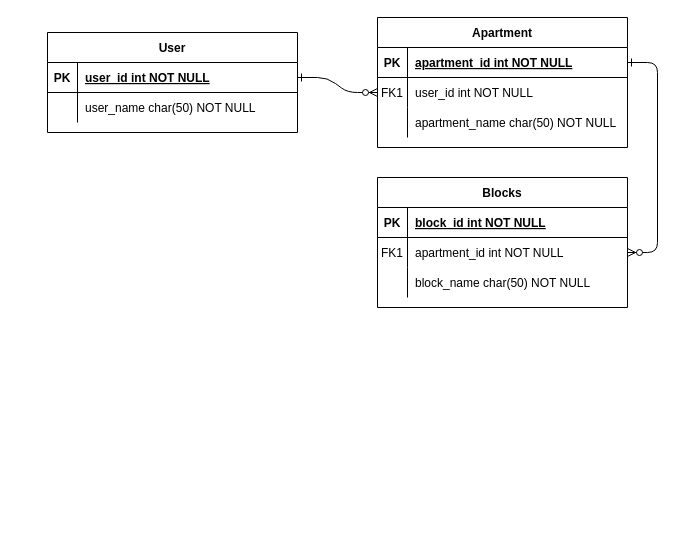
This is Untitled Diagram.drawio from MwambiaBrian/blogs, a draw.io file, before an edit. Source tidied: cells renumbered, new cells numbered last; positions are measured from the earlier drawing's top-left corner, leaving out a move shared by most shapes. Both pictures are drawn from the tidied source at 100%, with x=0, y=0 at pixel (47, 17).
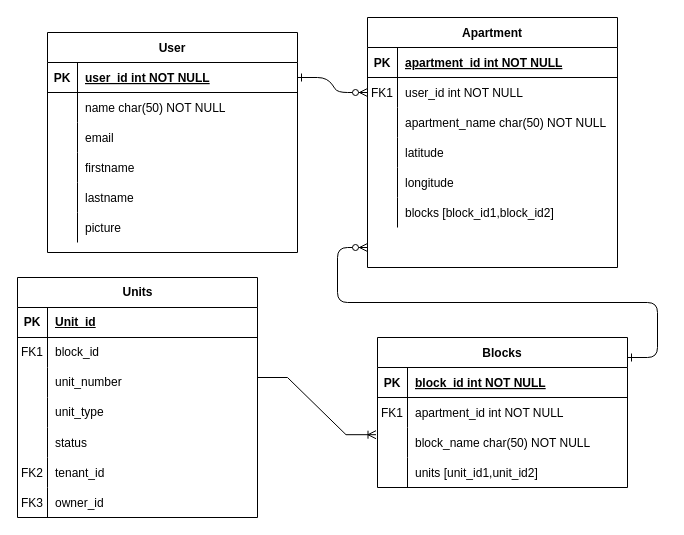
The same diagram, later.

The change refers to these unchanged cells:
```xml
<mxCell id="5" style="shape=partialRectangle;fillColor=none;points=[[0,0.5],[1,0.5]];portConstraint=eastwest;top=0;left=0;right=0;bottom=1;" parent="4" vertex="1">
  <mxGeometry y="30" width="250" height="30" as="geometry" />
</mxCell>
<mxCell id="18" style="shape=partialRectangle;fillColor=none;points=[[0,0.5],[1,0.5]];portConstraint=eastwest;top=0;left=0;right=0;bottom=0;" parent="14" vertex="1">
  <mxGeometry y="60" width="250" height="30" as="geometry" />
</mxCell>
<mxCell id="21" style="shape=partialRectangle;fillColor=none;points=[[0,0.5],[1,0.5]];portConstraint=eastwest;top=0;left=0;right=0;bottom=0;" parent="14" vertex="1">
  <mxGeometry y="90" width="250" height="30" as="geometry" />
</mxCell>
<mxCell id="28" style="shape=partialRectangle;fillColor=none;top=0;left=0;right=0;bottom=0;" parent="24" vertex="1">
  <mxGeometry y="60" width="250" height="30" as="geometry" />
</mxCell>
```

Diff of the diagram source:
```diff
@@
-    <mxCell id="3" style="edgeStyle=entityRelationEdgeStyle;endArrow=ERzeroToMany;startArrow=ERone;endFill=1;startFill=0;" parent="1" edge="1" source="5" target="18">
-      <mxGeometry relative="1" as="geometry" />
-    </mxCell>
     <mxCell id="4" value="Apartment" style="shape=table;startSize=30;childLayout=tableLayout;rowLines=0;fontStyle=1;align=center;" parent="1" vertex="1">
-      <mxGeometry x="330" width="250" height="130" as="geometry" />
+      <mxGeometry x="320" width="250" height="250" as="geometry" />
     </mxCell>
@@
+    <mxCell id="31" style="shape=tableRow;horizontal=0;startSize=0;swimlaneHead=0;swimlaneBody=0;fillColor=none;top=0;left=0;right=0;bottom=0;" parent="4" vertex="1">
+      <mxGeometry y="120" width="250" height="30" as="geometry" />
+    </mxCell>
+    <mxCell id="32" style="shape=partialRectangle;fillColor=none;top=0;left=0;bottom=0;right=0;overflow=hidden;" parent="31" vertex="1">
+      <mxGeometry width="30" height="30" as="geometry" />
+    </mxCell>
+    <mxCell id="33" value="latitude" style="shape=partialRectangle;fillColor=none;top=0;left=0;bottom=0;right=0;align=left;spacingLeft=6;overflow=hidden;" parent="31" vertex="1">
+      <mxGeometry x="30" width="220" height="30" as="geometry" />
+    </mxCell>
+    <mxCell id="34" style="shape=tableRow;horizontal=0;startSize=0;swimlaneHead=0;swimlaneBody=0;fillColor=none;top=0;left=0;right=0;bottom=0;" parent="4" vertex="1">
+      <mxGeometry y="150" width="250" height="30" as="geometry" />
+    </mxCell>
+    <mxCell id="35" style="shape=partialRectangle;fillColor=none;top=0;left=0;bottom=0;right=0;overflow=hidden;" parent="34" vertex="1">
+      <mxGeometry width="30" height="30" as="geometry" />
+    </mxCell>
+    <mxCell id="36" value="longitude" style="shape=partialRectangle;fillColor=none;top=0;left=0;bottom=0;right=0;align=left;spacingLeft=6;overflow=hidden;" parent="34" vertex="1">
+      <mxGeometry x="30" width="220" height="30" as="geometry" />
+    </mxCell>
+    <mxCell id="37" style="shape=tableRow;horizontal=0;startSize=0;swimlaneHead=0;swimlaneBody=0;fillColor=none;top=0;left=0;right=0;bottom=0;" parent="4" vertex="1">
+      <mxGeometry y="180" width="250" height="30" as="geometry" />
+    </mxCell>
+    <mxCell id="38" style="shape=partialRectangle;fillColor=none;top=0;left=0;bottom=0;right=0;overflow=hidden;" parent="37" vertex="1">
+      <mxGeometry width="30" height="30" as="geometry" />
+    </mxCell>
+    <mxCell id="39" value="blocks [block_id1,block_id2]" style="shape=partialRectangle;fillColor=none;top=0;left=0;bottom=0;right=0;align=left;spacingLeft=6;overflow=hidden;" parent="37" vertex="1">
+      <mxGeometry x="30" width="220" height="30" as="geometry" />
+    </mxCell>
     <mxCell id="14" value="Blocks" style="shape=table;startSize=30;childLayout=tableLayout;rowLines=0;fontStyle=1;align=center;" parent="1" vertex="1">
-      <mxGeometry x="330" y="160" width="250" height="130" as="geometry" />
+      <mxGeometry x="330" y="320" width="250" height="150" as="geometry" />
     </mxCell>
@@
+    <mxCell id="40" style="shape=tableRow;horizontal=0;startSize=0;swimlaneHead=0;swimlaneBody=0;fillColor=none;top=0;left=0;right=0;bottom=0;" parent="14" vertex="1">
+      <mxGeometry y="120" width="250" height="30" as="geometry" />
+    </mxCell>
+    <mxCell id="41" style="shape=partialRectangle;fillColor=none;top=0;left=0;bottom=0;right=0;overflow=hidden;" parent="40" vertex="1">
+      <mxGeometry width="30" height="30" as="geometry" />
+    </mxCell>
+    <mxCell id="42" value="units [unit_id1,unit_id2]" style="shape=partialRectangle;fillColor=none;top=0;left=0;bottom=0;right=0;align=left;spacingLeft=6;overflow=hidden;" parent="40" vertex="1">
+      <mxGeometry x="30" width="220" height="30" as="geometry" />
+    </mxCell>
     <mxCell id="24" value="User" style="shape=table;startSize=30;childLayout=tableLayout;rowLines=0;fontStyle=1;align=center;" parent="1" vertex="1">
-      <mxGeometry y="15" width="250" height="100" as="geometry" />
+      <mxGeometry y="15" width="250" height="220" as="geometry" />
     </mxCell>
@@
-    <mxCell id="30" value="user_name char(50) NOT NULL" style="shape=partialRectangle;overflow=hidden;fillColor=none;top=0;left=0;bottom=0;right=0;align=left;spacingLeft=6;" parent="28" vertex="1">
+    <mxCell id="30" value="name char(50) NOT NULL" style="shape=partialRectangle;overflow=hidden;fillColor=none;top=0;left=0;bottom=0;right=0;align=left;spacingLeft=6;" parent="28" vertex="1">
       <mxGeometry x="30" width="220" height="30" as="geometry" />
     </mxCell>
+    <mxCell id="43" style="shape=tableRow;horizontal=0;startSize=0;swimlaneHead=0;swimlaneBody=0;fillColor=none;top=0;left=0;right=0;bottom=0;" parent="24" vertex="1">
+      <mxGeometry y="90" width="250" height="30" as="geometry" />
+    </mxCell>
+    <mxCell id="44" style="shape=partialRectangle;fillColor=none;top=0;left=0;bottom=0;right=0;overflow=hidden;" parent="43" vertex="1">
+      <mxGeometry width="30" height="30" as="geometry" />
+    </mxCell>
+    <mxCell id="45" value="email" style="shape=partialRectangle;fillColor=none;top=0;left=0;bottom=0;right=0;align=left;spacingLeft=6;overflow=hidden;" parent="43" vertex="1">
+      <mxGeometry x="30" width="220" height="30" as="geometry" />
+    </mxCell>
+    <mxCell id="46" style="shape=tableRow;horizontal=0;startSize=0;swimlaneHead=0;swimlaneBody=0;fillColor=none;top=0;left=0;right=0;bottom=0;" parent="24" vertex="1">
+      <mxGeometry y="120" width="250" height="30" as="geometry" />
+    </mxCell>
+    <mxCell id="47" style="shape=partialRectangle;fillColor=none;top=0;left=0;bottom=0;right=0;overflow=hidden;" parent="46" vertex="1">
+      <mxGeometry width="30" height="30" as="geometry" />
+    </mxCell>
+    <mxCell id="48" value="firstname" style="shape=partialRectangle;fillColor=none;top=0;left=0;bottom=0;right=0;align=left;spacingLeft=6;overflow=hidden;" parent="46" vertex="1">
+      <mxGeometry x="30" width="220" height="30" as="geometry" />
+    </mxCell>
+    <mxCell id="49" style="shape=tableRow;horizontal=0;startSize=0;swimlaneHead=0;swimlaneBody=0;fillColor=none;top=0;left=0;right=0;bottom=0;" parent="24" vertex="1">
+      <mxGeometry y="150" width="250" height="30" as="geometry" />
+    </mxCell>
+    <mxCell id="50" style="shape=partialRectangle;fillColor=none;top=0;left=0;bottom=0;right=0;overflow=hidden;" parent="49" vertex="1">
+      <mxGeometry width="30" height="30" as="geometry" />
+    </mxCell>
+    <mxCell id="51" value="lastname" style="shape=partialRectangle;fillColor=none;top=0;left=0;bottom=0;right=0;align=left;spacingLeft=6;overflow=hidden;" parent="49" vertex="1">
+      <mxGeometry x="30" width="220" height="30" as="geometry" />
+    </mxCell>
+    <mxCell id="52" style="shape=tableRow;horizontal=0;startSize=0;swimlaneHead=0;swimlaneBody=0;fillColor=none;top=0;left=0;right=0;bottom=0;" parent="24" vertex="1">
+      <mxGeometry y="180" width="250" height="30" as="geometry" />
+    </mxCell>
+    <mxCell id="53" style="shape=partialRectangle;fillColor=none;top=0;left=0;bottom=0;right=0;overflow=hidden;" parent="52" vertex="1">
+      <mxGeometry width="30" height="30" as="geometry" />
+    </mxCell>
+    <mxCell id="54" value="picture" style="shape=partialRectangle;fillColor=none;top=0;left=0;bottom=0;right=0;align=left;spacingLeft=6;overflow=hidden;" parent="52" vertex="1">
+      <mxGeometry x="30" width="220" height="30" as="geometry" />
+    </mxCell>
+    <mxCell id="55" value="Units" style="shape=table;startSize=30;childLayout=tableLayout;rowLines=0;fontStyle=1;align=center;html=1;" parent="1" vertex="1">
+      <mxGeometry x="-30" y="260" width="240" height="240" as="geometry" />
+    </mxCell>
+    <mxCell id="56" style="shape=tableRow;horizontal=0;startSize=0;swimlaneHead=0;swimlaneBody=0;fillColor=none;top=0;left=0;right=0;bottom=1;" parent="55" vertex="1">
+      <mxGeometry y="30" width="240" height="30" as="geometry" />
+    </mxCell>
+    <mxCell id="57" value="PK" style="shape=partialRectangle;fillColor=none;top=0;left=0;bottom=0;right=0;fontStyle=1;overflow=hidden;whiteSpace=wrap;html=1;" parent="56" vertex="1">
+      <mxGeometry width="30" height="30" as="geometry" />
+    </mxCell>
+    <mxCell id="58" value="Unit_id" style="shape=partialRectangle;fillColor=none;top=0;left=0;bottom=0;right=0;align=left;spacingLeft=6;fontStyle=5;overflow=hidden;whiteSpace=wrap;html=1;" parent="56" vertex="1">
+      <mxGeometry x="30" width="210" height="30" as="geometry" />
+    </mxCell>
+    <mxCell id="59" style="shape=tableRow;horizontal=0;startSize=0;swimlaneHead=0;swimlaneBody=0;fillColor=none;top=0;left=0;right=0;bottom=0;" parent="55" vertex="1">
+      <mxGeometry y="60" width="240" height="30" as="geometry" />
+    </mxCell>
+    <mxCell id="60" value="FK1" style="shape=partialRectangle;fillColor=none;top=0;left=0;bottom=0;right=0;overflow=hidden;whiteSpace=wrap;html=1;" parent="59" vertex="1">
+      <mxGeometry width="30" height="30" as="geometry" />
+    </mxCell>
+    <mxCell id="61" value="block_id" style="shape=partialRectangle;fillColor=none;top=0;left=0;bottom=0;right=0;align=left;spacingLeft=6;overflow=hidden;whiteSpace=wrap;html=1;" parent="59" vertex="1">
+      <mxGeometry x="30" width="210" height="30" as="geometry" />
+    </mxCell>
+    <mxCell id="62" style="shape=tableRow;horizontal=0;startSize=0;swimlaneHead=0;swimlaneBody=0;fillColor=none;top=0;left=0;right=0;bottom=0;" parent="55" vertex="1">
+      <mxGeometry y="90" width="240" height="30" as="geometry" />
+    </mxCell>
+    <mxCell id="63" style="shape=partialRectangle;fillColor=none;top=0;left=0;bottom=0;right=0;overflow=hidden;whiteSpace=wrap;html=1;" parent="62" vertex="1">
+      <mxGeometry width="30" height="30" as="geometry" />
+    </mxCell>
+    <mxCell id="64" value="unit_number" style="shape=partialRectangle;fillColor=none;top=0;left=0;bottom=0;right=0;align=left;spacingLeft=6;overflow=hidden;whiteSpace=wrap;html=1;" parent="62" vertex="1">
+      <mxGeometry x="30" width="210" height="30" as="geometry" />
+    </mxCell>
+    <mxCell id="65" style="shape=tableRow;horizontal=0;startSize=0;swimlaneHead=0;swimlaneBody=0;fillColor=none;top=0;left=0;right=0;bottom=0;" parent="55" vertex="1">
+      <mxGeometry y="120" width="240" height="30" as="geometry" />
+    </mxCell>
+    <mxCell id="66" style="shape=partialRectangle;fillColor=none;top=0;left=0;bottom=0;right=0;overflow=hidden;whiteSpace=wrap;html=1;" parent="65" vertex="1">
+      <mxGeometry width="30" height="30" as="geometry" />
+    </mxCell>
+    <mxCell id="67" value="unit_type" style="shape=partialRectangle;fillColor=none;top=0;left=0;bottom=0;right=0;align=left;spacingLeft=6;overflow=hidden;whiteSpace=wrap;html=1;" parent="65" vertex="1">
+      <mxGeometry x="30" width="210" height="30" as="geometry" />
+    </mxCell>
+    <mxCell id="68" style="shape=tableRow;horizontal=0;startSize=0;swimlaneHead=0;swimlaneBody=0;fillColor=none;top=0;left=0;right=0;bottom=0;" parent="55" vertex="1">
+      <mxGeometry y="150" width="240" height="30" as="geometry" />
+    </mxCell>
+    <mxCell id="69" style="shape=partialRectangle;fillColor=none;top=0;left=0;bottom=0;right=0;overflow=hidden;" parent="68" vertex="1">
+      <mxGeometry width="30" height="30" as="geometry" />
+    </mxCell>
+    <mxCell id="70" value="status" style="shape=partialRectangle;fillColor=none;top=0;left=0;bottom=0;right=0;align=left;spacingLeft=6;overflow=hidden;" parent="68" vertex="1">
+      <mxGeometry x="30" width="210" height="30" as="geometry" />
+    </mxCell>
+    <mxCell id="71" style="shape=tableRow;horizontal=0;startSize=0;swimlaneHead=0;swimlaneBody=0;fillColor=none;top=0;left=0;right=0;bottom=0;" parent="55" vertex="1">
+      <mxGeometry y="180" width="240" height="30" as="geometry" />
+    </mxCell>
+    <mxCell id="72" value="FK2" style="shape=partialRectangle;fillColor=none;top=0;left=0;bottom=0;right=0;overflow=hidden;" parent="71" vertex="1">
+      <mxGeometry width="30" height="30" as="geometry" />
+    </mxCell>
+    <mxCell id="73" value="tenant_id" style="shape=partialRectangle;fillColor=none;top=0;left=0;bottom=0;right=0;align=left;spacingLeft=6;overflow=hidden;" parent="71" vertex="1">
+      <mxGeometry x="30" width="210" height="30" as="geometry" />
+    </mxCell>
+    <mxCell id="74" style="shape=tableRow;horizontal=0;startSize=0;swimlaneHead=0;swimlaneBody=0;fillColor=none;top=0;left=0;right=0;bottom=0;" parent="55" vertex="1">
+      <mxGeometry y="210" width="240" height="30" as="geometry" />
+    </mxCell>
+    <mxCell id="75" value="FK3" style="shape=partialRectangle;fillColor=none;top=0;left=0;bottom=0;right=0;overflow=hidden;" parent="74" vertex="1">
+      <mxGeometry width="30" height="30" as="geometry" />
+    </mxCell>
+    <mxCell id="76" value="owner_id" style="shape=partialRectangle;fillColor=none;top=0;left=0;bottom=0;right=0;align=left;spacingLeft=6;overflow=hidden;" parent="74" vertex="1">
+      <mxGeometry x="30" width="210" height="30" as="geometry" />
+    </mxCell>
+    <mxCell id="77" style="edgeStyle=entityRelationEdgeStyle;fontSize=12;html=1;endArrow=ERoneToMany;rounded=0;entryX=-0.006;entryY=0.24;entryDx=0;entryDy=0;entryPerimeter=0;" parent="1" edge="1" target="21">
+      <mxGeometry relative="1" as="geometry">
+        <mxPoint x="210" y="360" as="sourcePoint" />
+      </mxGeometry>
+    </mxCell>
+    <mxCell id="78" style="edgeStyle=entityRelationEdgeStyle;endArrow=ERzeroToMany;startArrow=ERone;endFill=1;startFill=0;" parent="1" edge="1">
+      <mxGeometry relative="1" as="geometry">
+        <mxPoint x="580" y="340" as="sourcePoint" />
+        <mxPoint x="320" y="230" as="targetPoint" />
+        <Array as="points">
+          <mxPoint x="620" y="390" />
+          <mxPoint x="330" y="230" />
+        </Array>
+      </mxGeometry>
+    </mxCell>
```
